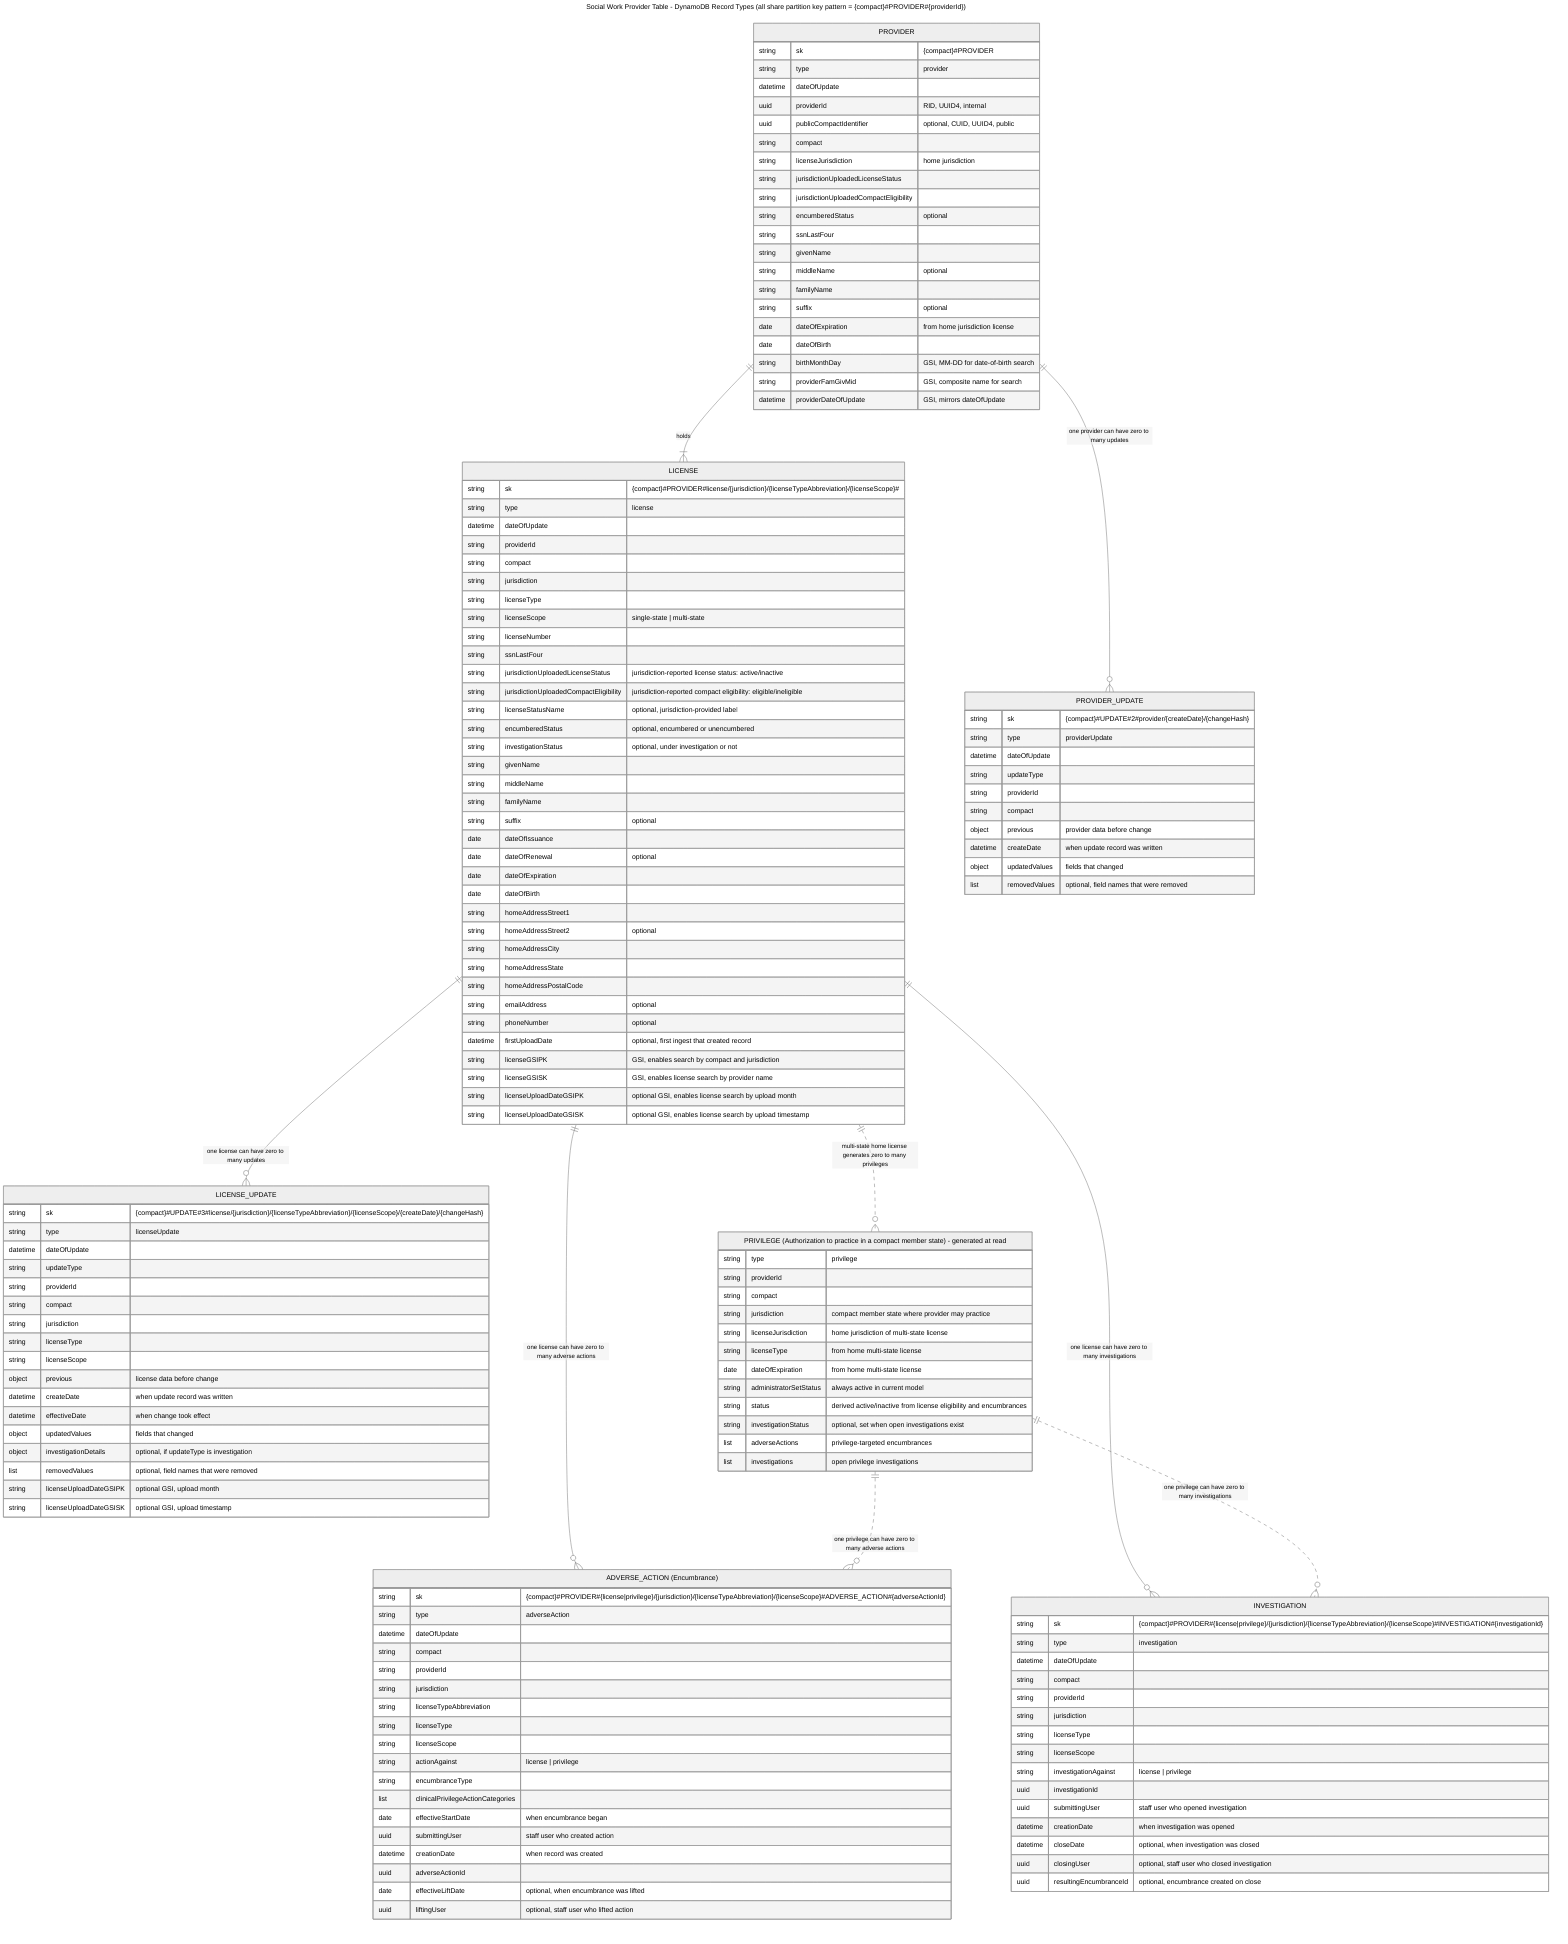
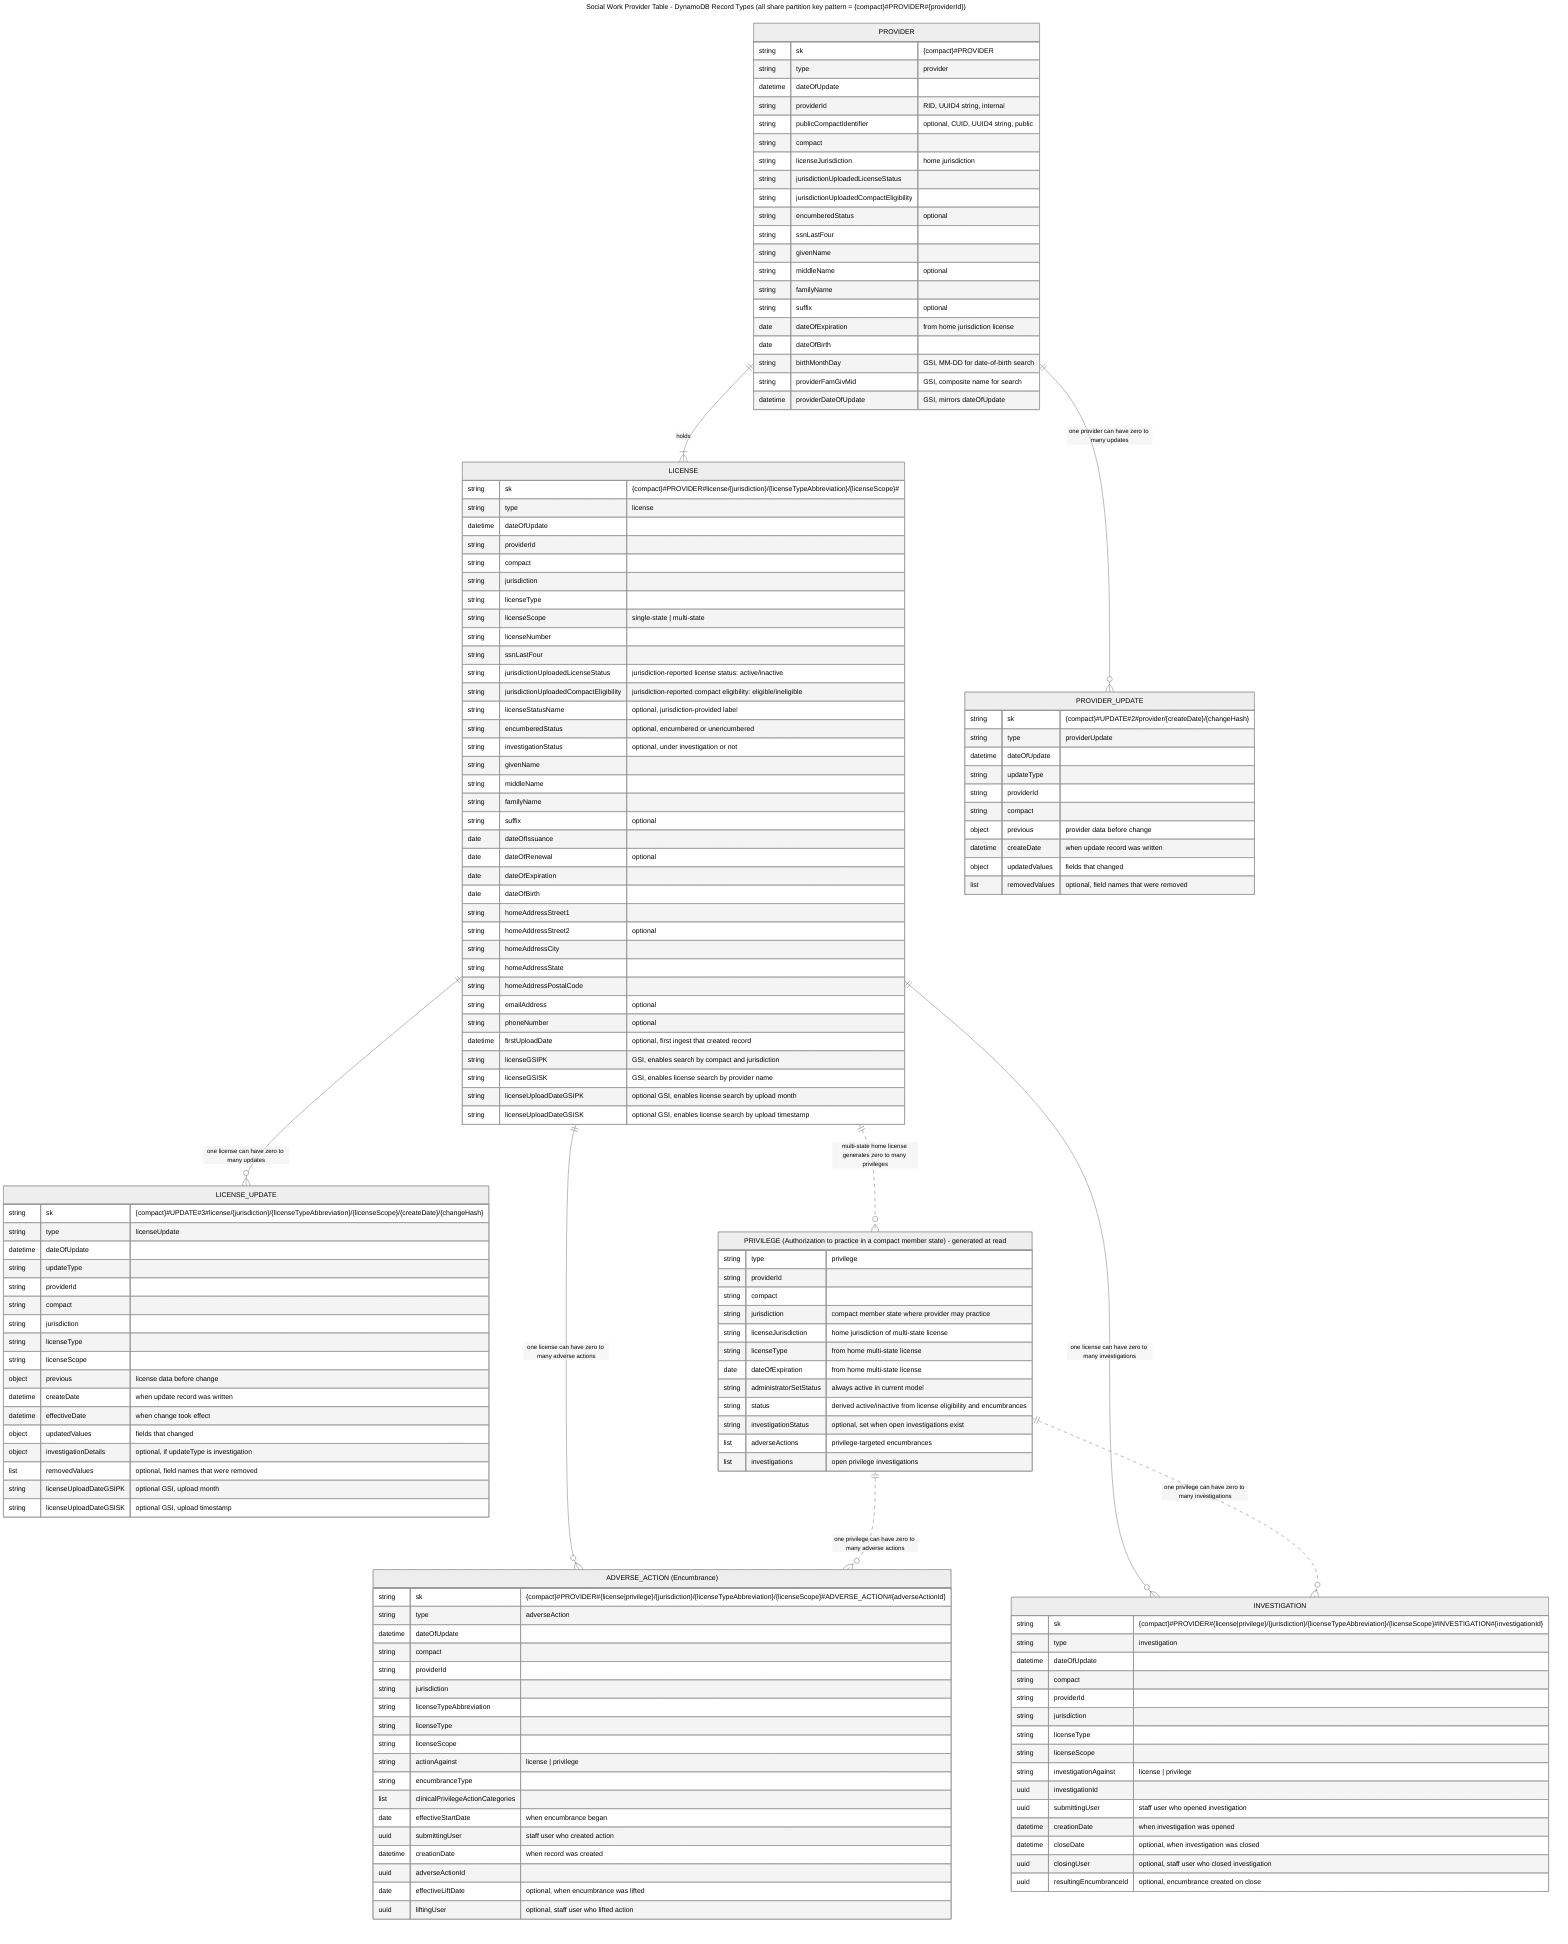
---
title: Social Work Provider Table - DynamoDB Record Types (all share partition key pattern = {compact}#PROVIDER#{providerId})
config:
  theme: neutral
---
erDiagram
    PROVIDER {
        string sk "{compact}#PROVIDER"
        string type "provider"
        datetime dateOfUpdate
-         uuid providerId "RID, UUID4, internal"
-         uuid publicCompactIdentifier "optional, CUID, UUID4, public"
+         string providerId "RID, UUID4 string, internal"
+         string publicCompactIdentifier "optional, CUID, UUID4 string, public"
        string compact
        string licenseJurisdiction "home jurisdiction"
        string jurisdictionUploadedLicenseStatus
        string jurisdictionUploadedCompactEligibility
        string encumberedStatus "optional"
        string ssnLastFour
        string givenName
        string middleName "optional"
        string familyName
        string suffix "optional"
        date dateOfExpiration "from home jurisdiction license"
        date dateOfBirth
        string birthMonthDay "GSI, MM-DD for date-of-birth search"
        string providerFamGivMid "GSI, composite name for search"
        datetime providerDateOfUpdate "GSI, mirrors dateOfUpdate"
    }

    LICENSE {
        string sk "{compact}#PROVIDER#license/{jurisdiction}/{licenseTypeAbbreviation}/{licenseScope}#"
        string type "license"
        datetime dateOfUpdate
        string providerId
        string compact
        string jurisdiction
        string licenseType
        string licenseScope "single-state | multi-state"
        string licenseNumber
        string ssnLastFour
        string jurisdictionUploadedLicenseStatus "jurisdiction-reported license status: active/inactive"
        string jurisdictionUploadedCompactEligibility "jurisdiction-reported compact eligibility: eligible/ineligible"
        string licenseStatusName "optional, jurisdiction-provided label"
        string encumberedStatus "optional, encumbered or unencumbered"
        string investigationStatus "optional, under investigation or not"
        string givenName
        string middleName
        string familyName
        string suffix "optional"
        date dateOfIssuance
        date dateOfRenewal "optional"
        date dateOfExpiration
        date dateOfBirth
        string homeAddressStreet1
        string homeAddressStreet2 "optional"
        string homeAddressCity
        string homeAddressState
        string homeAddressPostalCode
        string emailAddress "optional"
        string phoneNumber "optional"
        datetime firstUploadDate "optional, first ingest that created record"
        string licenseGSIPK "GSI, enables search by compact and jurisdiction"
        string licenseGSISK "GSI, enables license search by provider name"
        string licenseUploadDateGSIPK "optional GSI, enables license search by upload month"
        string licenseUploadDateGSISK "optional GSI, enables license search by upload timestamp"
    }

    LICENSE_UPDATE {
        string sk "{compact}#UPDATE#3#license/{jurisdiction}/{licenseTypeAbbreviation}/{licenseScope}/{createDate}/{changeHash}"
        string type "licenseUpdate"
        datetime dateOfUpdate
        string updateType
        string providerId
        string compact
        string jurisdiction
        string licenseType
        string licenseScope
        object previous "license data before change"
        datetime createDate "when update record was written"
        datetime effectiveDate "when change took effect"
        object updatedValues "fields that changed"
        object investigationDetails "optional, if updateType is investigation"
        list removedValues "optional, field names that were removed"
        string licenseUploadDateGSIPK "optional GSI, upload month"
        string licenseUploadDateGSISK "optional GSI, upload timestamp"
    }

    PROVIDER_UPDATE {
        string sk "{compact}#UPDATE#2#provider/{createDate}/{changeHash}"
        string type "providerUpdate"
        datetime dateOfUpdate
        string updateType
        string providerId
        string compact
        object previous "provider data before change"
        datetime createDate "when update record was written"
        object updatedValues "fields that changed"
        list removedValues "optional, field names that were removed"
    }

    ADVERSE_ACTION["ADVERSE_ACTION (Encumbrance)"] {
        string sk "{compact}#PROVIDER#{license|privilege}/{jurisdiction}/{licenseTypeAbbreviation}/{licenseScope}#ADVERSE_ACTION#{adverseActionId}"
        string type "adverseAction"
        datetime dateOfUpdate
        string compact
        string providerId
        string jurisdiction
        string licenseTypeAbbreviation
        string licenseType
        string licenseScope
        string actionAgainst "license | privilege"
        string encumbranceType
        list clinicalPrivilegeActionCategories
        date effectiveStartDate "when encumbrance began"
        uuid submittingUser "staff user who created action"
        datetime creationDate "when record was created"
        uuid adverseActionId
        date effectiveLiftDate "optional, when encumbrance was lifted"
        uuid liftingUser "optional, staff user who lifted action"
    }

    INVESTIGATION {
        string sk "{compact}#PROVIDER#{license|privilege}/{jurisdiction}/{licenseTypeAbbreviation}/{licenseScope}#INVESTIGATION#{investigationId}"
        string type "investigation"
        datetime dateOfUpdate
        string compact
        string providerId
        string jurisdiction
        string licenseType
        string licenseScope
        string investigationAgainst "license | privilege"
        uuid investigationId
        uuid submittingUser "staff user who opened investigation"
        datetime creationDate "when investigation was opened"
        datetime closeDate "optional, when investigation was closed"
        uuid closingUser "optional, staff user who closed investigation"
        uuid resultingEncumbranceId "optional, encumbrance created on close"
    }

    PRIVILEGE["PRIVILEGE (Authorization to practice in a compact member state) - generated at read"] {
        string type "privilege"
        string providerId
        string compact
        string jurisdiction "compact member state where provider may practice"
        string licenseJurisdiction "home jurisdiction of multi-state license"
        string licenseType "from home multi-state license"
        date dateOfExpiration "from home multi-state license"
        string administratorSetStatus "always active in current model"
        string status "derived active/inactive from license eligibility and encumbrances"
        string investigationStatus "optional, set when open investigations exist"
        list adverseActions "privilege-targeted encumbrances"
        list investigations "open privilege investigations"
    }

    PROVIDER ||--|{ LICENSE : "holds"
    PROVIDER ||--o{ PROVIDER_UPDATE : "one provider can have zero to many updates"
    LICENSE ||--o{ LICENSE_UPDATE : "one license can have zero to many updates"
    LICENSE ||--o{ ADVERSE_ACTION : "one license can have zero to many adverse actions"
    LICENSE ||--o{ INVESTIGATION : "one license can have zero to many investigations"
    LICENSE ||..o{ PRIVILEGE : "multi-state home license generates zero to many privileges"
    PRIVILEGE ||..o{ ADVERSE_ACTION : "one privilege can have zero to many adverse actions"
    PRIVILEGE ||..o{ INVESTIGATION : "one privilege can have zero to many investigations"
